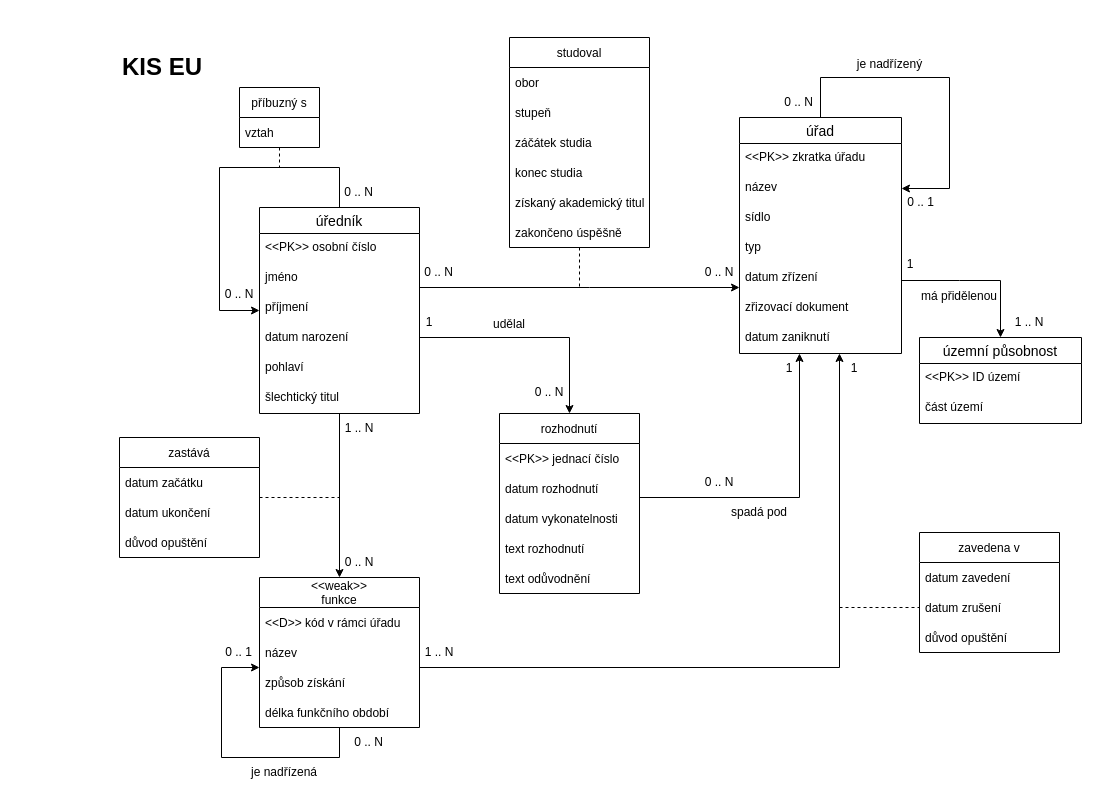
Earlier version of the draw.io diagram kiseu.drawio (mstrlc/ius-homework). Source tidied: cells renumbered, new cells numbered last; positions are measured from the earlier drawing's top-left corner, leaving out a move shared by most shapes. Both pictures are drawn from the tidied source at 100%, with x=0, y=0 at pixel (117, 37).
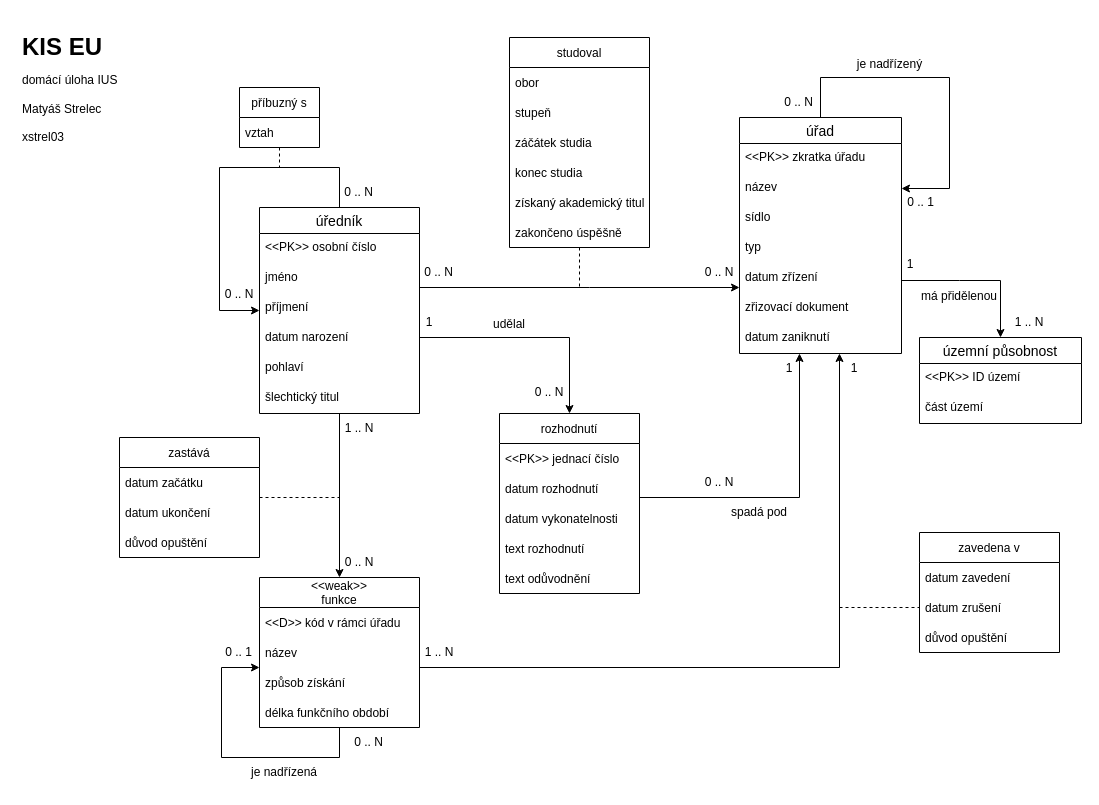
After the change.

The edit, as a diff of the source:
```diff
@@
-    <mxCell id="22" value="&lt;h1&gt;KIS EU&lt;/h1&gt;" style="text;html=1;strokeColor=none;fillColor=none;spacing=5;spacingTop=-20;whiteSpace=wrap;overflow=hidden;rounded=0;fontFamily=Helvetica;" parent="1" vertex="1">
-      <mxGeometry y="10" width="90" height="30" as="geometry" />
+    <mxCell id="22" value="&lt;h1&gt;KIS EU&lt;br&gt;&lt;span style=&quot;font-size: 12px ; font-weight: normal&quot;&gt;domácí úloha IUS&lt;br&gt;Matyáš Strelec&lt;br&gt;xstrel03&lt;/span&gt;&lt;/h1&gt;" style="text;html=1;strokeColor=none;fillColor=none;spacing=5;spacingTop=-20;whiteSpace=wrap;overflow=hidden;rounded=0;fontFamily=Helvetica;" parent="1" vertex="1">
+      <mxGeometry x="-100" y="-10" width="190" height="170" as="geometry" />
     </mxCell>
```
